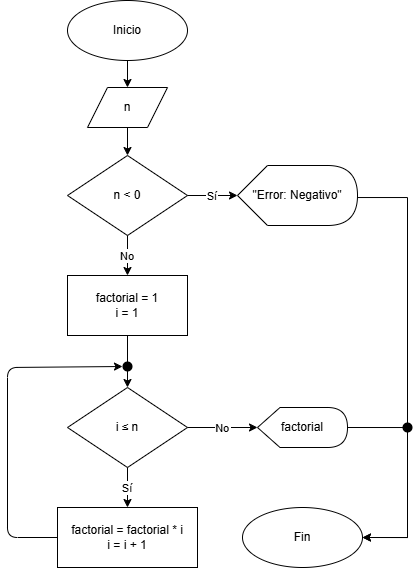
Above: chapter4/dfd/dfd4.5.7_12.png in UPclopezpAalgorithmsBook/solutions (draw.io), before the change. Source tidied: cells renumbered, new cells last; positions are measured from the earlier drawing's top-left corner, leaving out a move shared by most shapes.
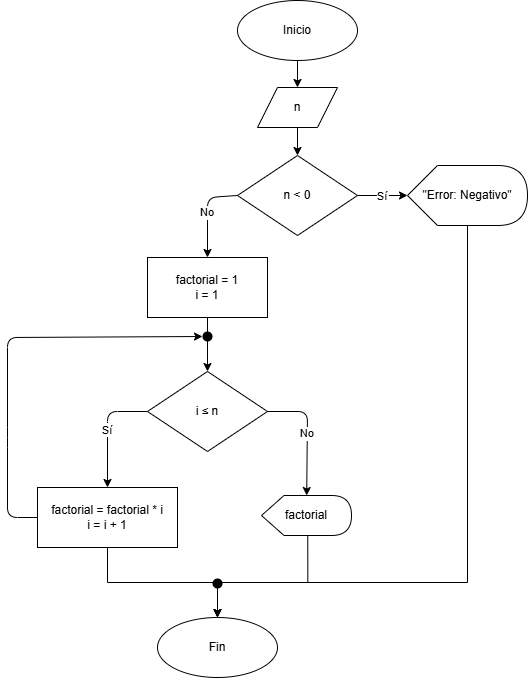
Above is the later version.

The edit, as a diff of the source:
```diff
@@ -2,78 +2,78 @@
   <root>
     <mxCell id="0" />
     <mxCell id="1" parent="0" />
-    <mxCell id="2" parent="1" edge="1">
-      <mxGeometry relative="1" as="geometry">
-        <mxPoint x="60" y="427" as="targetPoint" />
-        <Array as="points">
-          <mxPoint y="537" />
-          <mxPoint y="427" />
-        </Array>
-      </mxGeometry>
-    </mxCell>
-    <mxCell id="3" style="endArrow=classic;html=1;exitX=0;exitY=0.5;exitDx=0;exitDy=0;entryX=0;entryY=0.5;entryDx=0;entryDy=0;" parent="1" edge="1">
-      <mxGeometry relative="1" as="geometry">
-        <mxPoint x="60" y="247" as="targetPoint" />
-        <Array as="points">
-          <mxPoint y="487" />
-          <mxPoint y="247" />
-        </Array>
-      </mxGeometry>
-    </mxCell>
-    <mxCell id="4" parent="1" edge="1">
-      <mxGeometry relative="1" as="geometry">
-        <mxPoint x="60" y="427" as="targetPoint" />
-        <Array as="points">
-          <mxPoint y="537" />
-          <mxPoint y="427" />
-        </Array>
-      </mxGeometry>
-    </mxCell>
-    <mxCell id="5" style="endArrow=classic;html=1;exitX=0;exitY=0.5;exitDx=0;exitDy=0;entryX=0;entryY=0.5;entryDx=0;entryDy=0;" parent="1" edge="1">
-      <mxGeometry relative="1" as="geometry">
-        <mxPoint x="60" y="247" as="targetPoint" />
-        <Array as="points">
-          <mxPoint y="487" />
-          <mxPoint y="247" />
-        </Array>
-      </mxGeometry>
-    </mxCell>
-    <mxCell id="6" parent="1" edge="1">
-      <mxGeometry relative="1" as="geometry">
-        <mxPoint x="60" y="427" as="targetPoint" />
-        <Array as="points">
-          <mxPoint y="537" />
-          <mxPoint y="427" />
-        </Array>
-      </mxGeometry>
-    </mxCell>
-    <mxCell id="7" style="endArrow=classic;html=1;exitX=0;exitY=0.5;exitDx=0;exitDy=0;entryX=0;entryY=0.5;entryDx=0;entryDy=0;" parent="1" edge="1">
-      <mxGeometry relative="1" as="geometry">
-        <mxPoint x="60" y="247" as="targetPoint" />
-        <Array as="points">
-          <mxPoint y="487" />
-          <mxPoint y="247" />
-        </Array>
-      </mxGeometry>
-    </mxCell>
-    <mxCell id="8" parent="1" edge="1">
-      <mxGeometry relative="1" as="geometry">
-        <mxPoint x="60" y="427" as="targetPoint" />
-        <Array as="points">
-          <mxPoint y="537" />
-          <mxPoint y="427" />
-        </Array>
-      </mxGeometry>
-    </mxCell>
-    <mxCell id="9" style="endArrow=classic;html=1;exitX=0;exitY=0.5;exitDx=0;exitDy=0;entryX=0;entryY=0.5;entryDx=0;entryDy=0;" parent="1" edge="1">
-      <mxGeometry relative="1" as="geometry">
-        <mxPoint x="60" y="247" as="targetPoint" />
-        <Array as="points">
-          <mxPoint y="487" />
-          <mxPoint y="247" />
-        </Array>
-      </mxGeometry>
-    </mxCell>
+    <mxCell id="31" parent="1" edge="1">
+      <mxGeometry relative="1" as="geometry">
+        <mxPoint x="60" y="427" as="targetPoint" />
+        <Array as="points">
+          <mxPoint y="537" />
+          <mxPoint y="427" />
+        </Array>
+      </mxGeometry>
+    </mxCell>
+    <mxCell id="32" style="endArrow=classic;html=1;exitX=0;exitY=0.5;exitDx=0;exitDy=0;entryX=0;entryY=0.5;entryDx=0;entryDy=0;" parent="1" edge="1">
+      <mxGeometry relative="1" as="geometry">
+        <mxPoint x="60" y="247" as="targetPoint" />
+        <Array as="points">
+          <mxPoint y="487" />
+          <mxPoint y="247" />
+        </Array>
+      </mxGeometry>
+    </mxCell>
+    <mxCell id="33" parent="1" edge="1">
+      <mxGeometry relative="1" as="geometry">
+        <mxPoint x="60" y="427" as="targetPoint" />
+        <Array as="points">
+          <mxPoint y="537" />
+          <mxPoint y="427" />
+        </Array>
+      </mxGeometry>
+    </mxCell>
+    <mxCell id="34" style="endArrow=classic;html=1;exitX=0;exitY=0.5;exitDx=0;exitDy=0;entryX=0;entryY=0.5;entryDx=0;entryDy=0;" parent="1" edge="1">
+      <mxGeometry relative="1" as="geometry">
+        <mxPoint x="60" y="247" as="targetPoint" />
+        <Array as="points">
+          <mxPoint y="487" />
+          <mxPoint y="247" />
+        </Array>
+      </mxGeometry>
+    </mxCell>
+    <mxCell id="35" parent="1" edge="1">
+      <mxGeometry relative="1" as="geometry">
+        <mxPoint x="60" y="427" as="targetPoint" />
+        <Array as="points">
+          <mxPoint y="537" />
+          <mxPoint y="427" />
+        </Array>
+      </mxGeometry>
+    </mxCell>
+    <mxCell id="36" style="endArrow=classic;html=1;exitX=0;exitY=0.5;exitDx=0;exitDy=0;entryX=0;entryY=0.5;entryDx=0;entryDy=0;" parent="1" edge="1">
+      <mxGeometry relative="1" as="geometry">
+        <mxPoint x="60" y="247" as="targetPoint" />
+        <Array as="points">
+          <mxPoint y="487" />
+          <mxPoint y="247" />
+        </Array>
+      </mxGeometry>
+    </mxCell>
+    <mxCell id="37" parent="1" edge="1">
+      <mxGeometry relative="1" as="geometry">
+        <mxPoint x="60" y="427" as="targetPoint" />
+        <Array as="points">
+          <mxPoint y="537" />
+          <mxPoint y="427" />
+        </Array>
+      </mxGeometry>
+    </mxCell>
+    <mxCell id="38" style="endArrow=classic;html=1;exitX=0;exitY=0.5;exitDx=0;exitDy=0;entryX=0;entryY=0.5;entryDx=0;entryDy=0;" parent="1" edge="1">
+      <mxGeometry relative="1" as="geometry">
+        <mxPoint x="60" y="247" as="targetPoint" />
+        <Array as="points">
+          <mxPoint y="487" />
+          <mxPoint y="247" />
+        </Array>
+      </mxGeometry>
+    </mxCell>
     <mxCell id="10" value="Inicio" style="ellipse;whiteSpace=wrap;html=1;" parent="1" vertex="1">
       <mxGeometry x="60" width="120" height="60" as="geometry" />
     </mxCell>
@@ -84,14 +84,13 @@
       <mxGeometry x="60" y="155" width="120" height="80" as="geometry" />
     </mxCell>
     <mxCell id="13" value="factorial = 1&lt;br&gt;i = 1" style="rounded=0;whiteSpace=wrap;html=1;" parent="1" vertex="1">
-      <mxGeometry x="60" y="275" width="120" height="60" as="geometry" />
+      <mxGeometry x="-30" y="257" width="120" height="60" as="geometry" />
     </mxCell>
-    <mxCell id="14" style="edgeStyle=orthogonalEdgeStyle;rounded=0;jettySize=auto;html=1;exitX=1;exitY=0.5;exitDx=0;exitDy=0;exitPerimeter=0;entryX=1;entryY=0.5;entryDx=0;entryDy=0;" parent="1" edge="1" source="15" target="20">
+    <mxCell id="14" style="edgeStyle=orthogonalEdgeStyle;rounded=0;jettySize=auto;html=1;exitX=0;exitY=0;exitDx=60;exitDy=60;exitPerimeter=0;entryX=0.5;entryY=0;entryDx=0;entryDy=0;" parent="1" edge="1" source="15" target="20">
       <mxGeometry relative="1" as="geometry">
         <Array as="points">
-          <mxPoint x="350" y="197" />
-          <mxPoint x="400" y="197" />
-          <mxPoint x="400" y="537" />
+          <mxPoint x="290" y="582" />
+          <mxPoint x="40" y="582" />
         </Array>
       </mxGeometry>
     </mxCell>
@@ -99,24 +98,28 @@
       <mxGeometry x="230" y="165" width="120" height="60" as="geometry" />
     </mxCell>
     <mxCell id="16" value="i&amp;nbsp;≤ n" style="rhombus;whiteSpace=wrap;html=1;" parent="1" vertex="1">
-      <mxGeometry x="60" y="387" width="120" height="80" as="geometry" />
+      <mxGeometry x="-30" y="371" width="120" height="80" as="geometry" />
     </mxCell>
+    <mxCell id="39" style="edgeStyle=orthogonalEdgeStyle;rounded=0;jettySize=auto;html=1;exitX=0.5;exitY=1;exitDx=0;exitDy=0;entryX=0.5;entryY=0;entryDx=0;entryDy=0;" parent="1" edge="1" source="17" target="20">
+      <mxGeometry relative="1" as="geometry" />
+    </mxCell>
     <mxCell id="17" value="factorial = factorial * i&lt;br&gt;i = i + 1" style="rounded=0;whiteSpace=wrap;html=1;" parent="1" vertex="1">
-      <mxGeometry x="50" y="507" width="140" height="60" as="geometry" />
+      <mxGeometry x="-140" y="487" width="140" height="60" as="geometry" />
     </mxCell>
-    <mxCell id="18" style="edgeStyle=orthogonalEdgeStyle;rounded=0;jettySize=auto;html=1;exitX=1;exitY=0.5;exitDx=0;exitDy=0;exitPerimeter=0;entryX=1;entryY=0.5;entryDx=0;entryDy=0;" parent="1" edge="1" source="19" target="20">
-      <mxGeometry relative="1" as="geometry">
-        <Array as="points">
-          <mxPoint x="400" y="427" />
-          <mxPoint x="400" y="537" />
-        </Array>
-      </mxGeometry>
-    </mxCell>
+    <mxCell id="40" style="edgeStyle=orthogonalEdgeStyle;rounded=0;jettySize=auto;html=1;exitX=0;exitY=0;exitDx=46.25;exitDy=40;exitPerimeter=0;entryX=0.5;entryY=0;entryDx=0;entryDy=0;" parent="1" edge="1" target="20">
+      <mxGeometry relative="1" as="geometry">
+        <mxPoint x="130.2" y="530" as="sourcePoint" />
+        <Array as="points">
+          <mxPoint x="130" y="582" />
+          <mxPoint x="40" y="582" />
+        </Array>
+      </mxGeometry>
+    </mxCell>
     <mxCell id="19" value="factorial" style="shape=display;whiteSpace=wrap;html=1;" parent="1" vertex="1">
-      <mxGeometry x="250" y="407" width="90" height="40" as="geometry" />
+      <mxGeometry x="84" y="495" width="90" height="40" as="geometry" />
     </mxCell>
     <mxCell id="20" value="Fin" style="ellipse;whiteSpace=wrap;html=1;" parent="1" vertex="1">
-      <mxGeometry x="235" y="507" width="120" height="60" as="geometry" />
+      <mxGeometry x="-20" y="617" width="120" height="60" as="geometry" />
     </mxCell>
     <mxCell id="21" parent="1" edge="1" source="10" target="11">
       <mxGeometry relative="1" as="geometry" />
@@ -124,8 +127,12 @@
     <mxCell id="22" parent="1" edge="1" source="11" target="12">
       <mxGeometry relative="1" as="geometry" />
     </mxCell>
-    <mxCell id="23" value="No" parent="1" edge="1" source="12" target="13">
-      <mxGeometry relative="1" as="geometry" />
+    <mxCell id="23" value="No" style="exitX=0;exitY=0.5;exitDx=0;exitDy=0;" parent="1" edge="1" source="12" target="13">
+      <mxGeometry relative="1" as="geometry">
+        <Array as="points">
+          <mxPoint x="30" y="197" />
+        </Array>
+      </mxGeometry>
     </mxCell>
     <mxCell id="24" value="Sí" parent="1" edge="1" source="12" target="15">
       <mxGeometry relative="1" as="geometry" />
@@ -133,25 +140,34 @@
     <mxCell id="25" parent="1" edge="1" source="13" target="16">
       <mxGeometry relative="1" as="geometry" />
     </mxCell>
-    <mxCell id="26" value="Sí" parent="1" edge="1" source="16" target="17">
-      <mxGeometry relative="1" as="geometry" />
+    <mxCell id="26" value="Sí" style="exitX=0;exitY=0.5;exitDx=0;exitDy=0;" parent="1" edge="1" source="16" target="17">
+      <mxGeometry relative="1" as="geometry">
+        <Array as="points">
+          <mxPoint x="-70" y="411" />
+        </Array>
+      </mxGeometry>
     </mxCell>
-    <mxCell id="27" value="No" parent="1" edge="1" source="16" target="19">
-      <mxGeometry relative="1" as="geometry" />
+    <mxCell id="27" value="No" style="exitX=1;exitY=0.5;exitDx=0;exitDy=0;" parent="1" edge="1" source="16" target="19">
+      <mxGeometry relative="1" as="geometry">
+        <Array as="points">
+          <mxPoint x="130" y="411" />
+        </Array>
+      </mxGeometry>
     </mxCell>
-    <mxCell id="28" style="entryX=0;entryY=0.5;entryDx=0;entryDy=0;" parent="1" edge="1" source="17" target="29">
-      <mxGeometry relative="1" as="geometry">
-        <Array as="points">
-          <mxPoint y="537" />
-          <mxPoint y="367" />
-        </Array>
-      </mxGeometry>
-    </mxCell>
-    <mxCell id="29" style="ellipse;whiteSpace=wrap;html=1;strokeColor=none;fillColor=#000000;" parent="1" vertex="1">
-      <mxGeometry x="115" y="361" width="10" height="10" as="geometry" />
-    </mxCell>
-    <mxCell id="30" style="ellipse;whiteSpace=wrap;html=1;strokeColor=none;fillColor=#000000;" parent="1" vertex="1">
-      <mxGeometry x="395" y="422" width="10" height="10" as="geometry" />
-    </mxCell>
+    <mxCell id="41" style="exitX=0;exitY=0.5;exitDx=0;exitDy=0;entryX=0;entryY=0.5;entryDx=0;entryDy=0;" parent="1" edge="1" source="17" target="42">
+      <mxGeometry relative="1" as="geometry">
+        <Array as="points">
+          <mxPoint x="-170" y="517" />
+          <mxPoint x="-170" y="437" />
+          <mxPoint x="-170" y="337" />
+        </Array>
+      </mxGeometry>
+    </mxCell>
+    <mxCell id="42" style="ellipse;whiteSpace=wrap;html=1;strokeColor=none;fillColor=#000000;" parent="1" vertex="1">
+      <mxGeometry x="25" y="331" width="10" height="10" as="geometry" />
+    </mxCell>
+    <mxCell id="43" style="ellipse;whiteSpace=wrap;html=1;strokeColor=none;fillColor=#000000;" parent="1" vertex="1">
+      <mxGeometry x="35" y="578" width="10" height="10" as="geometry" />
+    </mxCell>
   </root>
 </mxGraphModel>
```
